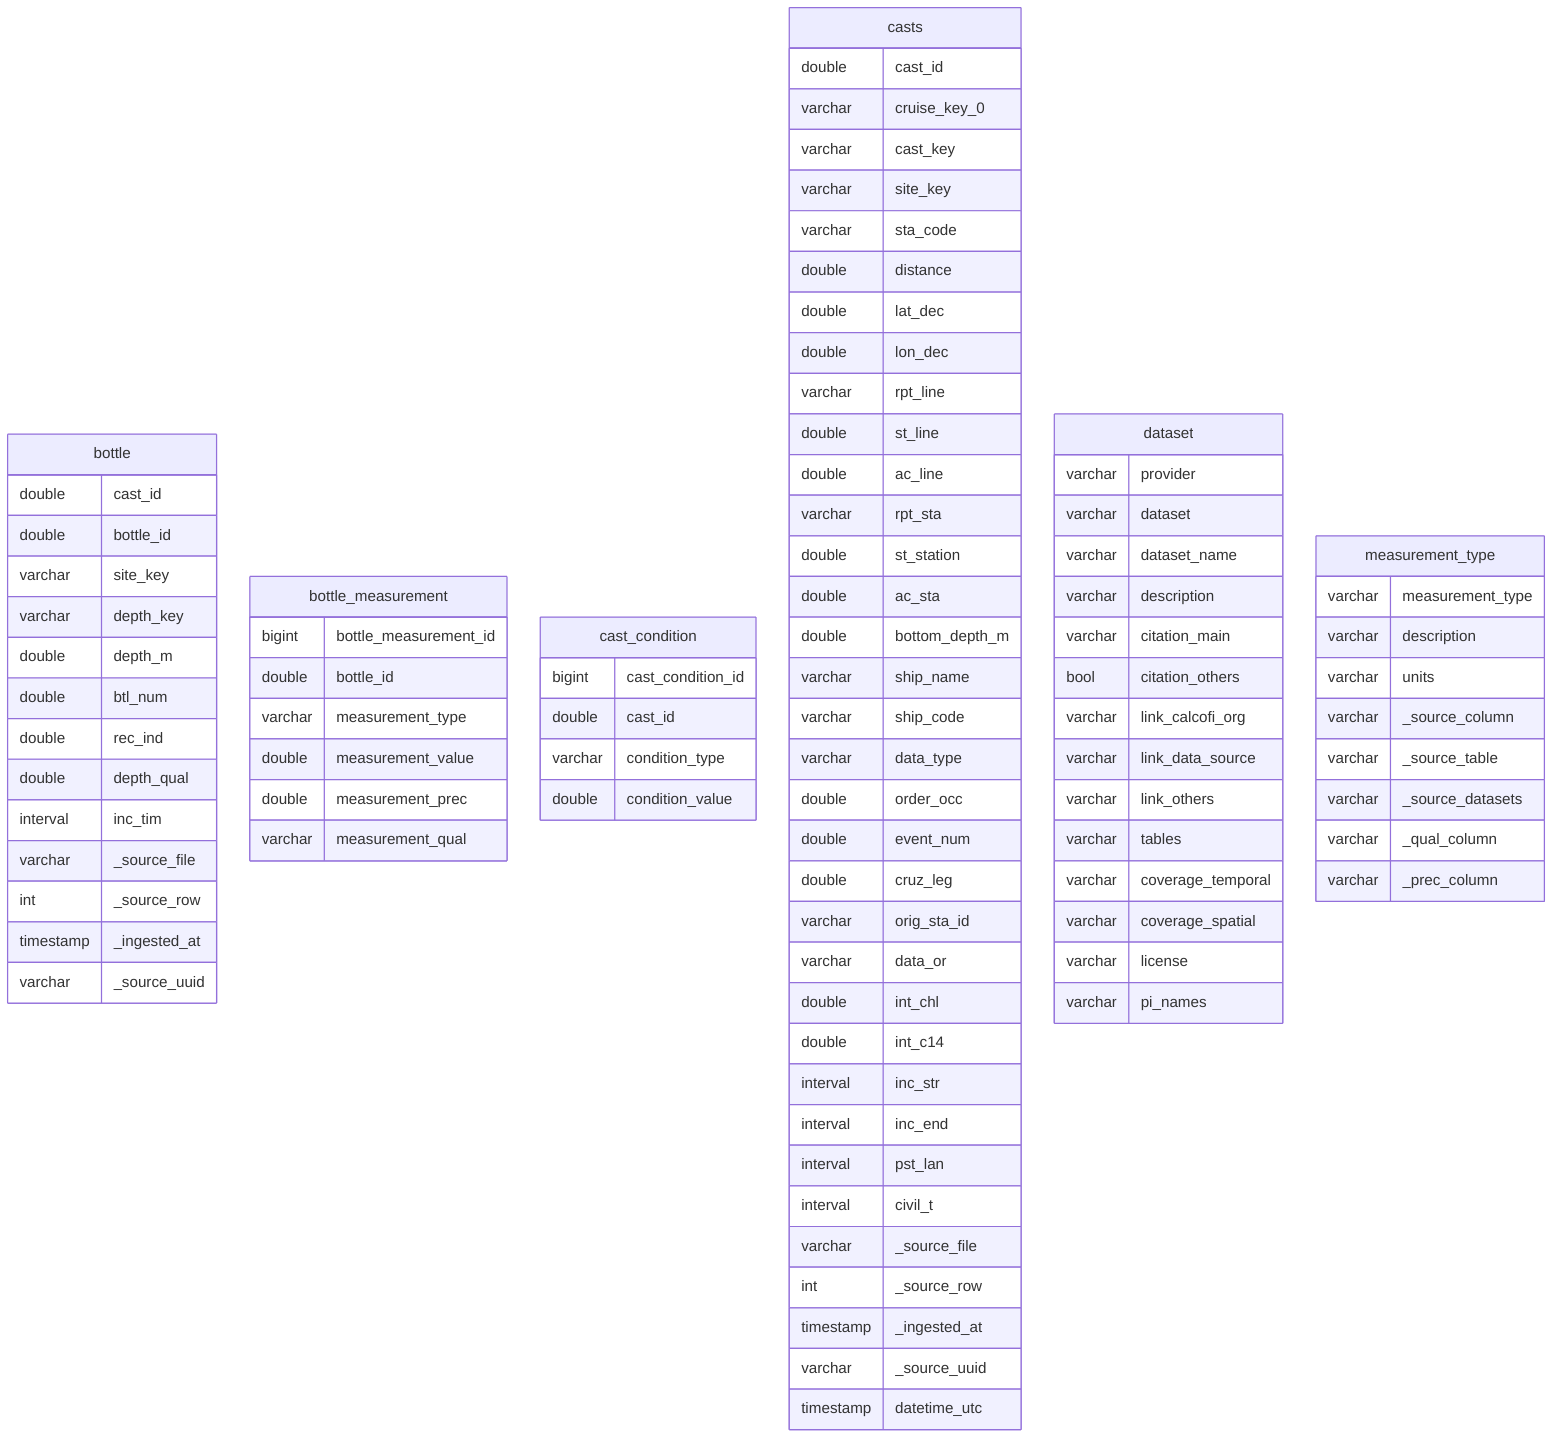
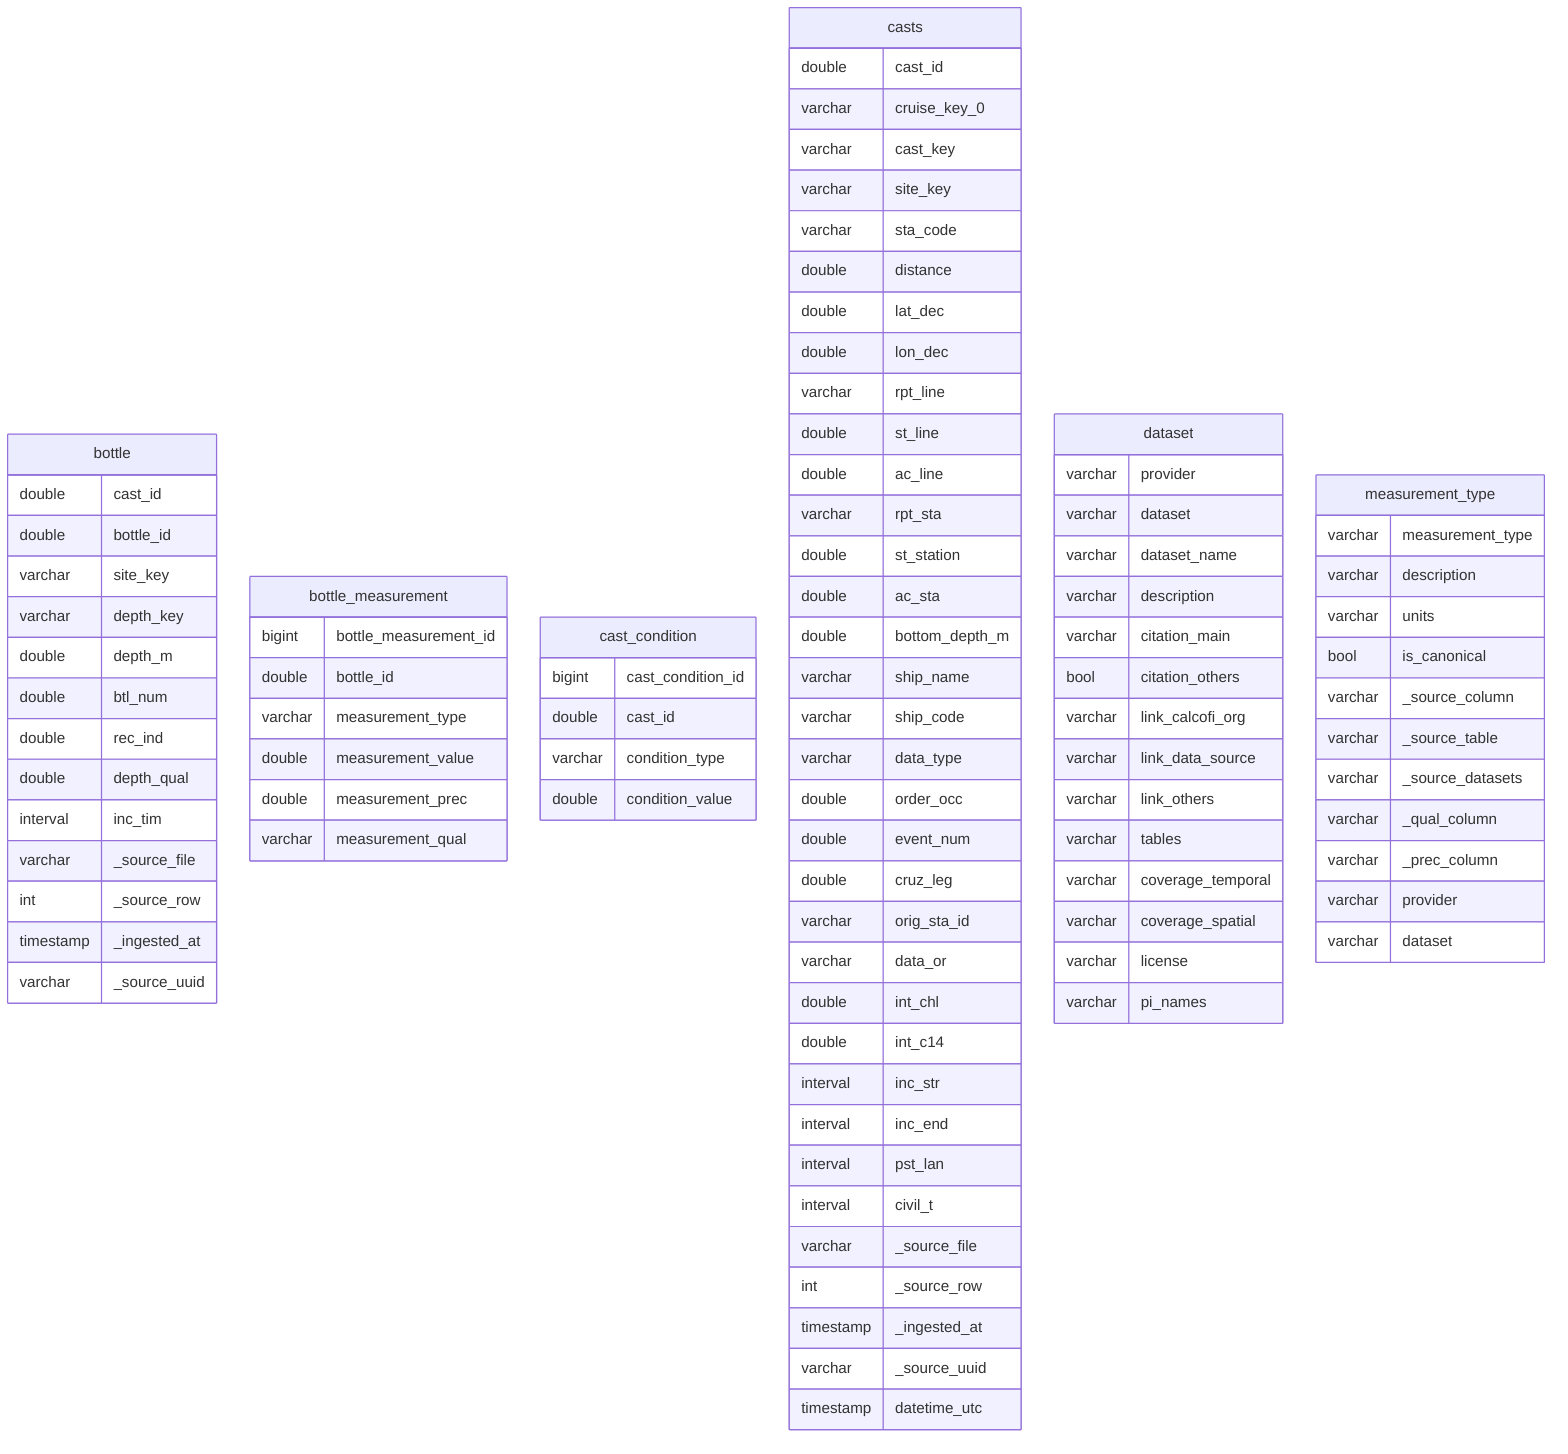
---
config:
  layout: elk
---
erDiagram
    bottle {
        double cast_id
        double bottle_id
        varchar site_key
        varchar depth_key
        double depth_m
        double btl_num
        double rec_ind
        double depth_qual
        interval inc_tim
        varchar _source_file
        int _source_row
        timestamp _ingested_at
        varchar _source_uuid
    }
    bottle_measurement {
        bigint bottle_measurement_id
        double bottle_id
        varchar measurement_type
        double measurement_value
        double measurement_prec
        varchar measurement_qual
    }
    cast_condition {
        bigint cast_condition_id
        double cast_id
        varchar condition_type
        double condition_value
    }
    casts {
        double cast_id
        varchar cruise_key_0
        varchar cast_key
        varchar site_key
        varchar sta_code
        double distance
        double lat_dec
        double lon_dec
        varchar rpt_line
        double st_line
        double ac_line
        varchar rpt_sta
        double st_station
        double ac_sta
        double bottom_depth_m
        varchar ship_name
        varchar ship_code
        varchar data_type
        double order_occ
        double event_num
        double cruz_leg
        varchar orig_sta_id
        varchar data_or
        double int_chl
        double int_c14
        interval inc_str
        interval inc_end
        interval pst_lan
        interval civil_t
        varchar _source_file
        int _source_row
        timestamp _ingested_at
        varchar _source_uuid
        timestamp datetime_utc
    }
    dataset {
        varchar provider
        varchar dataset
        varchar dataset_name
        varchar description
        varchar citation_main
        bool citation_others
        varchar link_calcofi_org
        varchar link_data_source
        varchar link_others
        varchar tables
        varchar coverage_temporal
        varchar coverage_spatial
        varchar license
        varchar pi_names
    }
    measurement_type {
        varchar measurement_type
        varchar description
        varchar units
+         bool is_canonical
        varchar _source_column
        varchar _source_table
        varchar _source_datasets
        varchar _qual_column
        varchar _prec_column
+         varchar provider
+         varchar dataset
    }
